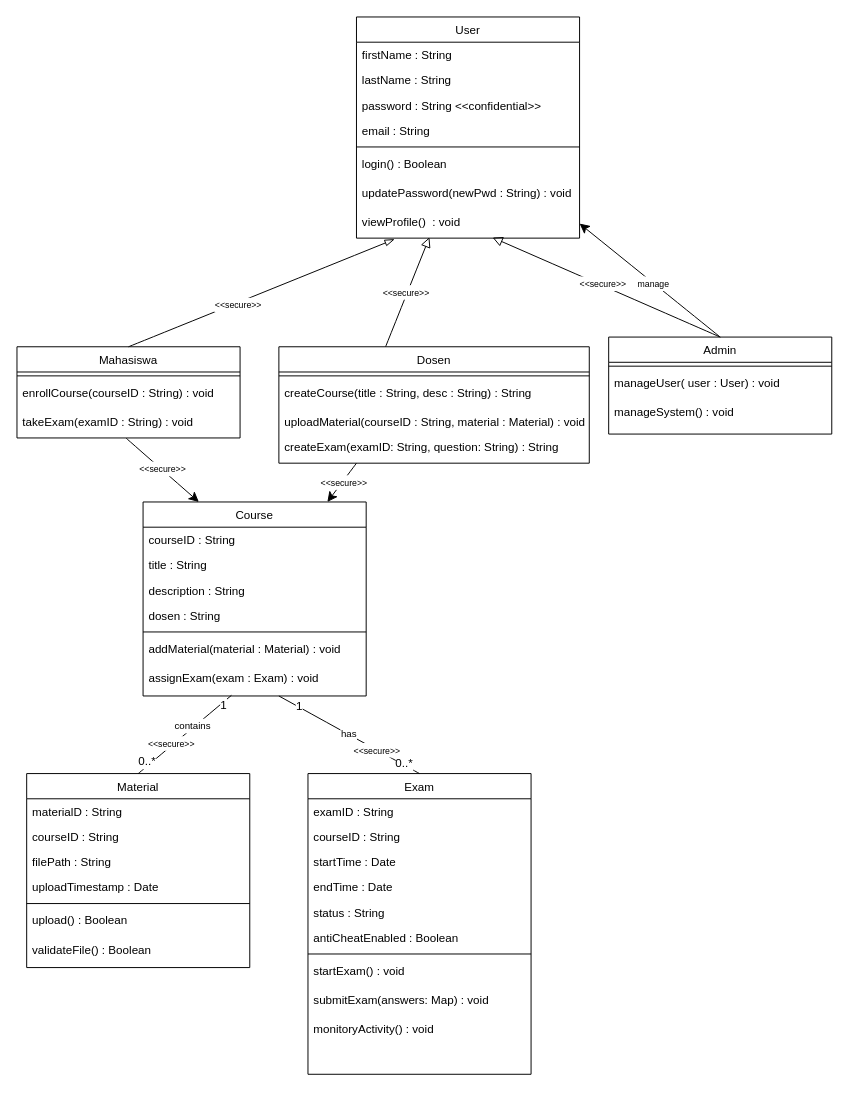
The draw.io diagram Skenario_1_secure_model.drawio in anthef/anthef, before the edit. Source tidied: cells renumbered, new cells numbered last; positions are measured from the earlier drawing's top-left corner, leaving out a move shared by most shapes. Both pictures are drawn from the tidied source at 97%, with x=0, y=0 at pixel (16, 16).
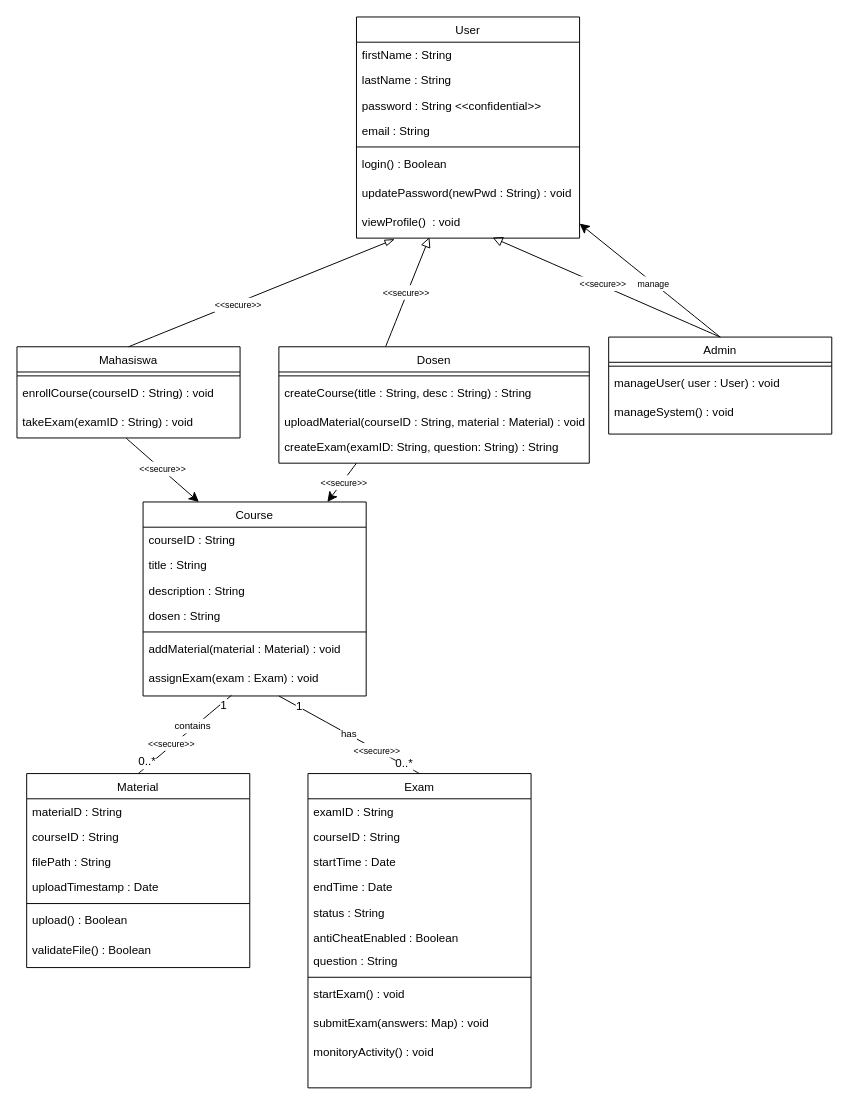
Above is the later version.

Change to the diagram source:
```diff
@@
     <mxCell id="48" value="Exam" style="swimlane;fontStyle=0;align=center;verticalAlign=top;horizontal=1;startSize=26;rounded=0;shadow=0;strokeWidth=1;" parent="1" vertex="1">
-      <mxGeometry x="300" y="780" width="230" height="310" as="geometry" />
+      <mxGeometry x="300" y="780" width="230" height="324" as="geometry" />
     </mxCell>
@@
     <mxCell id="54" value="antiCheatEnabled : Boolean" style="text;align=left;verticalAlign=top;spacingLeft=4;spacingRight=4;overflow=hidden;rounded=0;shadow=0;html=0;" parent="48" vertex="1">
-      <mxGeometry y="156" width="230" height="26" as="geometry" />
+      <mxGeometry y="156" width="230" height="24" as="geometry" />
     </mxCell>
+    <mxCell id="73" value="question : String" style="text;align=left;verticalAlign=top;spacingLeft=4;spacingRight=4;overflow=hidden;rounded=0;shadow=0;html=0;" parent="48" vertex="1">
+      <mxGeometry y="180" width="230" height="26" as="geometry" />
+    </mxCell>
     <mxCell id="55" style="line;html=1;strokeWidth=1;align=left;verticalAlign=middle;spacingTop=-1;spacingLeft=3;spacingRight=3;labelPosition=right;" parent="48" vertex="1">
-      <mxGeometry y="182" width="230" height="8" as="geometry" />
+      <mxGeometry y="206" width="230" height="8" as="geometry" />
     </mxCell>
     <mxCell id="56" value="startExam() : void" style="text;align=left;verticalAlign=top;spacingLeft=4;spacingRight=4;overflow=hidden;" parent="48" vertex="1">
-      <mxGeometry y="190" width="230" height="30" as="geometry" />
+      <mxGeometry y="214" width="230" height="30" as="geometry" />
     </mxCell>
     <mxCell id="57" value="submitExam(answers: Map) : void" style="text;align=left;verticalAlign=top;spacingLeft=4;spacingRight=4;overflow=hidden;" parent="48" vertex="1">
-      <mxGeometry y="220" width="230" height="30" as="geometry" />
+      <mxGeometry y="244" width="230" height="30" as="geometry" />
     </mxCell>
     <mxCell id="58" value="monitoryActivity() : void" style="text;align=left;verticalAlign=top;spacingLeft=4;spacingRight=4;overflow=hidden;" parent="48" vertex="1">
-      <mxGeometry y="250" width="230" height="30" as="geometry" />
+      <mxGeometry y="274" width="230" height="30" as="geometry" />
     </mxCell>
```
